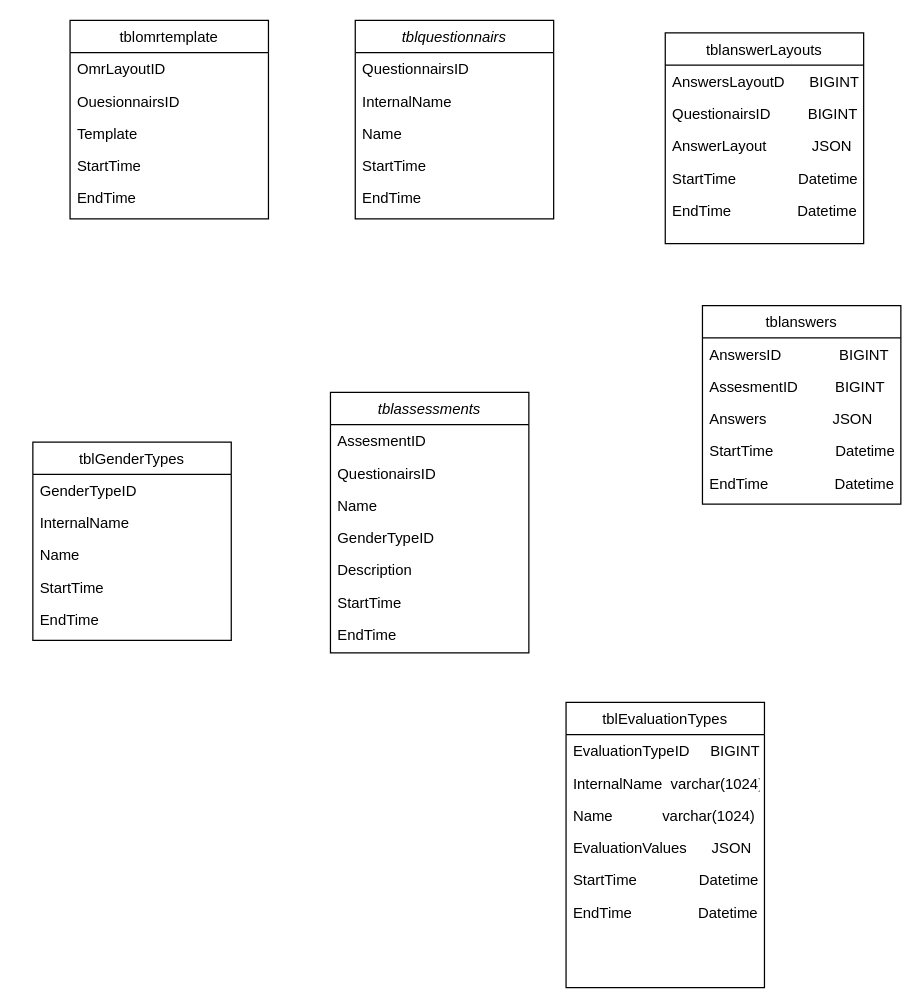
Earlier version of the draw.io diagram Unbenanntes Diagramm.drawio (snroeust/durak). Source tidied: cells renumbered, new cells numbered last; positions are measured from the earlier drawing's top-left corner, leaving out a move shared by most shapes. Both pictures are drawn from the tidied source at 124%, with x=0, y=0 at pixel (32, 20).
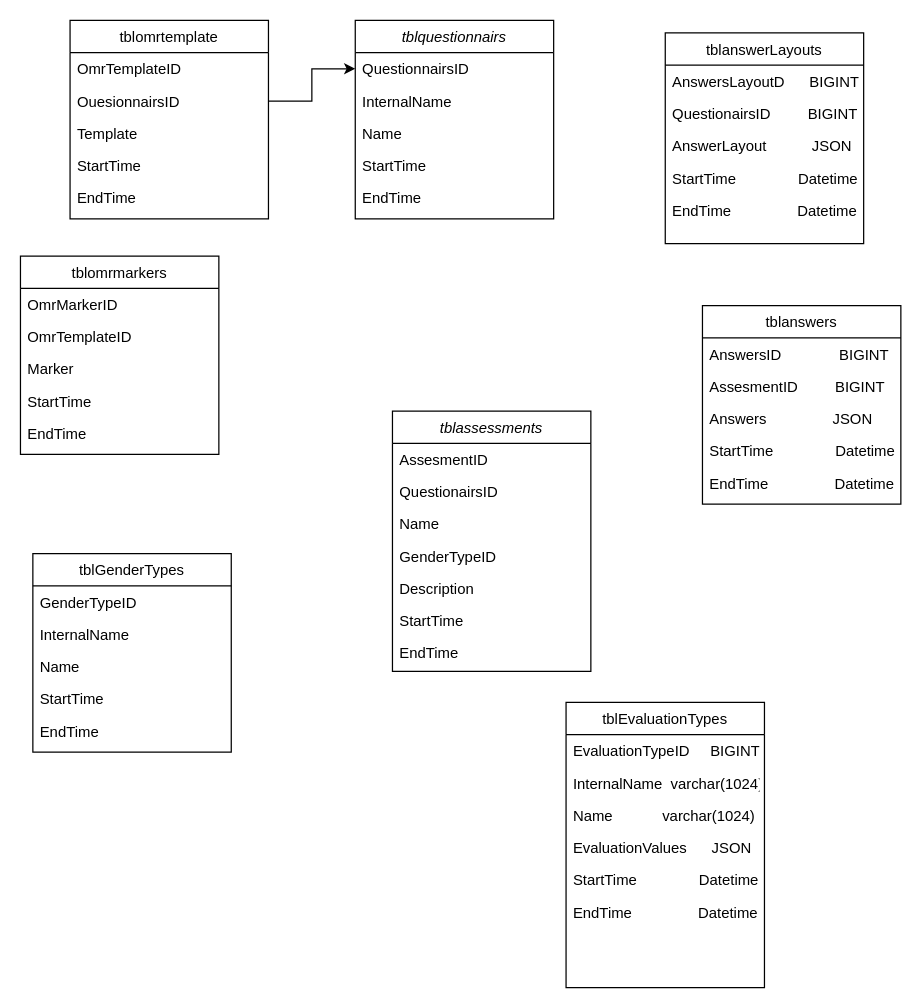
Above is the later version.

Unchanged cells that the change refers to:
```xml
<mxCell id="3" value="QuestionnairsID" style="text;align=left;verticalAlign=top;spacingLeft=4;spacingRight=4;overflow=hidden;points=[[0,0.5],[1,0.5]];portConstraint=eastwest;" parent="2" vertex="1">
  <mxGeometry y="26" width="160" height="26" as="geometry" />
</mxCell>
<mxCell id="8" value="tblomrtemplate" style="swimlane;fontStyle=0;align=center;verticalAlign=top;horizontal=1;startSize=26;rounded=0;shadow=0;strokeWidth=1;" parent="1" vertex="1">
  <mxGeometry x="30" width="160" height="160" as="geometry" />
</mxCell>
<mxCell id="10" value="OuesionnairsID" style="text;align=left;verticalAlign=top;spacingLeft=4;spacingRight=4;overflow=hidden;points=[[0,0.5],[1,0.5]];portConstraint=eastwest;rounded=0;shadow=0;html=0;" parent="8" vertex="1">
  <mxGeometry y="52" width="160" height="26" as="geometry" />
</mxCell>
```

The edit, as a diff of the source:
```diff
@@
-    <mxCell id="9" value="OmrLayoutID" style="text;align=left;verticalAlign=top;spacingLeft=4;spacingRight=4;overflow=hidden;" parent="8" vertex="1">
+    <mxCell id="9" value="OmrTemplateID" style="text;align=left;verticalAlign=top;spacingLeft=4;spacingRight=4;overflow=hidden;" parent="8" vertex="1">
       <mxGeometry y="26" width="160" height="26" as="geometry" />
     </mxCell>
@@
     <mxCell id="26" value="tblassessments" style="swimlane;fontStyle=2;align=center;verticalAlign=top;horizontal=1;startSize=26;rounded=0;shadow=0;strokeWidth=1;" parent="1" vertex="1">
-      <mxGeometry x="240" y="300" width="160" height="210" as="geometry" />
+      <mxGeometry x="290" y="315" width="160" height="210" as="geometry" />
     </mxCell>
@@
     <mxCell id="34" value="tblGenderTypes" style="swimlane;fontStyle=0;align=center;verticalAlign=top;horizontal=1;startSize=26;rounded=0;shadow=0;strokeWidth=1;" parent="1" vertex="1">
-      <mxGeometry y="340" width="160" height="160" as="geometry" />
+      <mxGeometry y="430" width="160" height="160" as="geometry" />
     </mxCell>
@@
+    <mxCell id="47" style="edgeStyle=orthogonalEdgeStyle;rounded=0;jettySize=auto;html=1;exitX=1;exitY=0.5;exitDx=0;exitDy=0;entryX=0;entryY=0.5;entryDx=0;entryDy=0;" parent="1" edge="1" source="10" target="3">
+      <mxGeometry relative="1" as="geometry" />
+    </mxCell>
+    <mxCell id="48" value="tblomrmarkers" style="swimlane;fontStyle=0;align=center;verticalAlign=top;horizontal=1;startSize=26;rounded=0;shadow=0;strokeWidth=1;" parent="1" vertex="1">
+      <mxGeometry x="-10" y="190" width="160" height="160" as="geometry" />
+    </mxCell>
+    <mxCell id="49" value="OmrMarkerID" style="text;align=left;verticalAlign=top;spacingLeft=4;spacingRight=4;overflow=hidden;" parent="48" vertex="1">
+      <mxGeometry y="26" width="160" height="26" as="geometry" />
+    </mxCell>
+    <mxCell id="50" value="OmrTemplateID" style="text;align=left;verticalAlign=top;spacingLeft=4;spacingRight=4;overflow=hidden;rounded=0;shadow=0;html=0;" parent="48" vertex="1">
+      <mxGeometry y="52" width="160" height="26" as="geometry" />
+    </mxCell>
+    <mxCell id="51" value="Marker" style="text;align=left;verticalAlign=top;spacingLeft=4;spacingRight=4;overflow=hidden;rounded=0;shadow=0;html=0;" parent="48" vertex="1">
+      <mxGeometry y="78" width="160" height="26" as="geometry" />
+    </mxCell>
+    <mxCell id="52" value="StartTime" style="text;align=left;verticalAlign=top;spacingLeft=4;spacingRight=4;overflow=hidden;rounded=0;shadow=0;html=0;" parent="48" vertex="1">
+      <mxGeometry y="104" width="160" height="26" as="geometry" />
+    </mxCell>
+    <mxCell id="53" value="EndTime" style="text;align=left;verticalAlign=top;spacingLeft=4;spacingRight=4;overflow=hidden;rounded=0;shadow=0;html=0;" parent="48" vertex="1">
+      <mxGeometry y="130" width="160" height="26" as="geometry" />
+    </mxCell>
```
